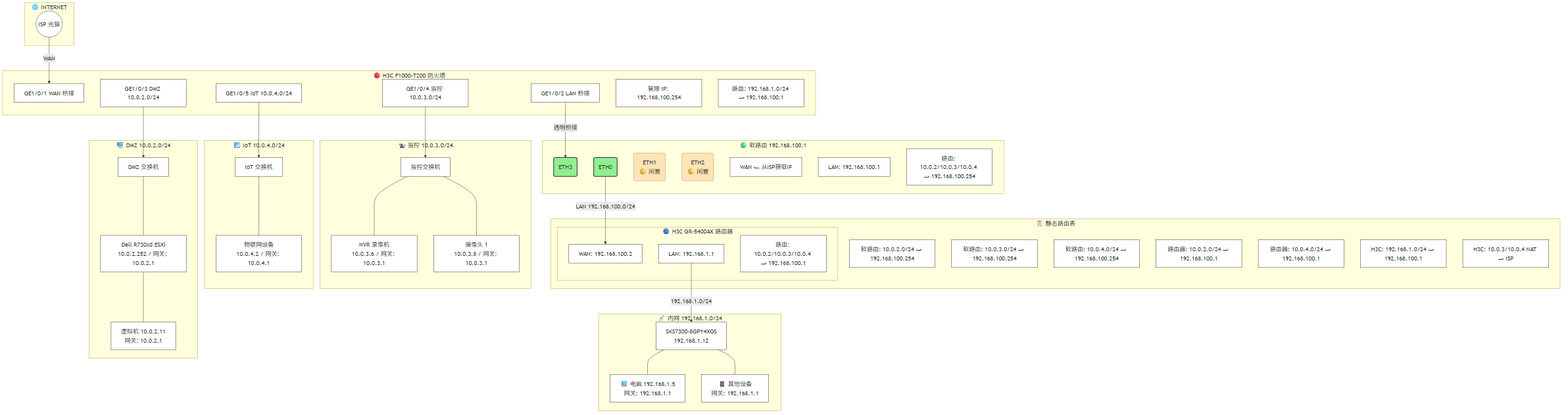
Above: source/img/topo-full.png in never-give-up-cn/myhome (Mermaid), before the change. Its source is kept beside it as source/img/topo-full.mmd.
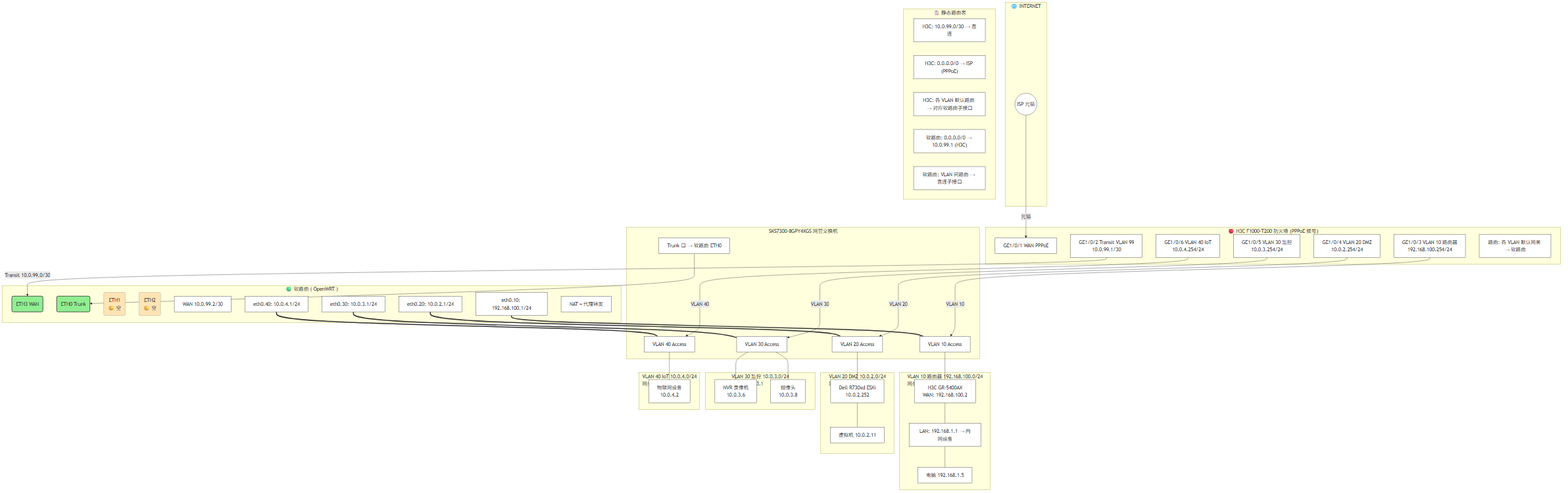
After the commit.

Commit message:
feat: 重新设计改造后拓扑——VLAN Trunk + 软路由子接口

What changed in the source:
```diff
@@ -3,79 +3,84 @@
         ISP(("ISP 光猫"))
     end
 
-    subgraph FW["🔴 H3C F1000-T200 防火墙"]
-        GE1["GE1/0/1 WAN 桥接"]
-        GE2["GE1/0/2 LAN 桥接"]
-        GE3["GE1/0/3 DMZ 10.0.2.0/24"]
-        GE4["GE1/0/4 监控 10.0.3.0/24"]
-        GE5["GE1/0/5 IoT 10.0.4.0/24"]
-        MGMT["管理 IP: 192.168.100.254"]
-        FW_R["路由: 192.168.1.0/24 → 192.168.100.1"]
+    subgraph FW["🔴 H3C F1000-T200 防火墙 (PPPoE 拨号)"]
+        GE1["GE1/0/1 WAN PPPoE"]
+        GE2["GE1/0/2 Transit VLAN 99<br/>10.0.99.1/30"]
+        GE3["GE1/0/3 VLAN 10 路由器<br/>192.168.100.254/24"]
+        GE4["GE1/0/4 VLAN 20 DMZ<br/>10.0.2.254/24"]
+        GE5["GE1/0/5 VLAN 30 监控<br/>10.0.3.254/24"]
+        GE6["GE1/0/6 VLAN 40 IoT<br/>10.0.4.254/24"]
+        FW_R["路由: 各 VLAN 默认网关 → 软路由"]
     end
 
-    subgraph SR["🟢 软路由 192.168.100.1"]
-        ETH3("ETH3"):::port
-        ETH0("ETH0"):::port
-        ETH1("ETH1<br/>🟡 闲置"):::port_idle
-        ETH2("ETH2<br/>🟡 闲置"):::port_idle
-        SR_WAN["WAN ← 从ISP获取IP"]
-        SR_LAN["LAN: 192.168.100.1"]
-        SR_R["路由: 10.0.2/10.0.3/10.0.4 → 192.168.100.254"]
+    subgraph SR["🟢 软路由 ( OpenWRT )"]
+        ETH3("ETH3 WAN"):::port
+        ETH0("ETH0 Trunk"):::port
+        ETH1("ETH1<br/>🟡 空"):::port_idle
+        ETH2("ETH2<br/>🟡 空"):::port_idle
+        SR_WAN["WAN 10.0.99.2/30"]
+        SUB10["eth0.10: 192.168.100.1/24"]
+        SUB20["eth0.20: 10.0.2.1/24"]
+        SUB30["eth0.30: 10.0.3.1/24"]
+        SUB40["eth0.40: 10.0.4.1/24"]
+        SR_NAT["NAT + 代理转发"]
     end
 
-    subgraph R2["🔵 H3C GR-5400AX 路由器"]
-        R2_WAN["WAN: 192.168.100.2"]
-        R2_LAN["LAN: 192.168.1.1"]
-        R2_R["路由: 10.0.2/10.0.3/10.0.4 → 192.168.100.1"]
+    subgraph SW["SKS7300-8GPY4XGS 网管交换机"]
+        P_TRUNK["Trunk 口 → 软路由 ETH0"]
+        P10["VLAN 10 Access"]
+        P20["VLAN 20 Access"]
+        P30["VLAN 30 Access"]
+        P40["VLAN 40 Access"]
     end
 
-    subgraph LAN["📡 内网 192.168.1.0/24"]
-        SW["SKS7300-8GPY4XGS<br/>192.168.1.12"]
-        PC["💻 电脑 192.168.1.5<br/>网关: 192.168.1.1"]
-        OTHER["📱 其他设备<br/>网关: 192.168.1.1"]
+    subgraph VLAN10["VLAN 10 路由器 192.168.100.0/24<br/>网关: 192.168.100.1"]
+        R2["H3C GR-5400AX<br/>WAN: 192.168.100.2"]
+        R2_LAN["LAN: 192.168.1.1 → 内网设备"]
+        PC["电脑 192.168.1.5"]
     end
 
-    subgraph DMZ["🖥️ DMZ 10.0.2.0/24"]
-        DMZ_SW["DMZ 交换机"]
-        R730xd["Dell R730xd ESXi<br/>10.0.2.252 / 网关: 10.0.2.1"]
-        VM["虚拟机 10.0.2.11<br/>网关: 10.0.2.1"]
+    subgraph VLAN20["VLAN 20 DMZ 10.0.2.0/24<br/>网关: 10.0.2.1"]
+        R730xd["Dell R730xd ESXi<br/>10.0.2.252"]
+        VM["虚拟机 10.0.2.11"]
     end
 
-    subgraph SUR["📹 监控 10.0.3.0/24"]
-        SUR_SW["监控交换机"]
-        NVR["NVR 录像机<br/>10.0.3.6 / 网关: 10.0.3.1"]
-        CAM["摄像头 1<br/>10.0.3.8 / 网关: 10.0.3.1"]
+    subgraph VLAN30["VLAN 30 监控 10.0.3.0/24<br/>网关: 10.0.3.1"]
+        NVR["NVR 录像机<br/>10.0.3.6"]
+        CAM["摄像头<br/>10.0.3.8"]
     end
 
-    subgraph IOT["📶 IoT 10.0.4.0/24"]
-        IOT_SW["IoT 交换机"]
-        IOT_DEV["物联网设备<br/>10.0.4.2 / 网关: 10.0.4.1"]
+    subgraph VLAN40["VLAN 40 IoT 10.0.4.0/24<br/>网关: 10.0.4.1"]
+        IOT_DEV["物联网设备<br/>10.0.4.2"]
     end
 
-    ISP -->|"WAN"| GE1
-    GE2 -->|"透明桥接"| ETH3
-    ETH0 -->|"LAN 192.168.100.0/24"| R2_WAN
-    R2_LAN -->|"192.168.1.0/24"| SW
-    SW --- PC
-    SW --- OTHER
-    GE3 --> DMZ_SW
-    DMZ_SW --- R730xd
+    ISP -->|"光猫"| GE1
+    GE2 -->|"Transit 10.0.99.0/30"| ETH3
+    GE3 -->|"VLAN 10"| P10
+    GE4 -->|"VLAN 20"| P20
+    GE5 -->|"VLAN 30"| P30
+    GE6 -->|"VLAN 40"| P40
+    P_TRUNK --> ETH0
+
+    SUB10 === P10
+    P10 --- R2
+    R2 --- R2_LAN
+    R2_LAN --- PC
+    SUB20 === P20
+    P20 --- R730xd
     R730xd --- VM
-    GE4 --> SUR_SW
-    SUR_SW --- NVR
-    SUR_SW --- CAM
-    GE5 --> IOT_SW
-    IOT_SW --- IOT_DEV
+    SUB30 === P30
+    P30 --- NVR
+    P30 --- CAM
+    SUB40 === P40
+    P40 --- IOT_DEV
 
     subgraph ROUTES["📋 静态路由表"]
-        SR1["软路由: 10.0.2.0/24 → 192.168.100.254"]
-        SR2["软路由: 10.0.3.0/24 → 192.168.100.254"]
-        SR3["软路由: 10.0.4.0/24 → 192.168.100.254"]
-        R1["路由器: 10.0.2.0/24 → 192.168.100.1"]
-        R2["路由器: 10.0.3.0/24 → 192.168.100.1"]
-        R3["路由器: 10.0.4.0/24 → 192.168.100.1"]
-        H1["H3C: 192.168.1.0/24 → 192.168.100.1"]
-        H2["H3C: 10.0.3/10.0.4 NAT → ISP"]
+        F1["H3C: 10.0.99.0/30 → 直连"]
+        F2["H3C: 0.0.0.0/0 → ISP (PPPoE)"]
+        F3["H3C: 各 VLAN 默认路由 → 对应软路由子接口"]
+        S1["软路由: 0.0.0.0/0 → 10.0.99.1 (H3C)"]
+        S2["软路由: VLAN 间路由 → 直连子接口"]
     end
 
     classDef port fill:#90EE90,stroke:#333,stroke-width:2
```
